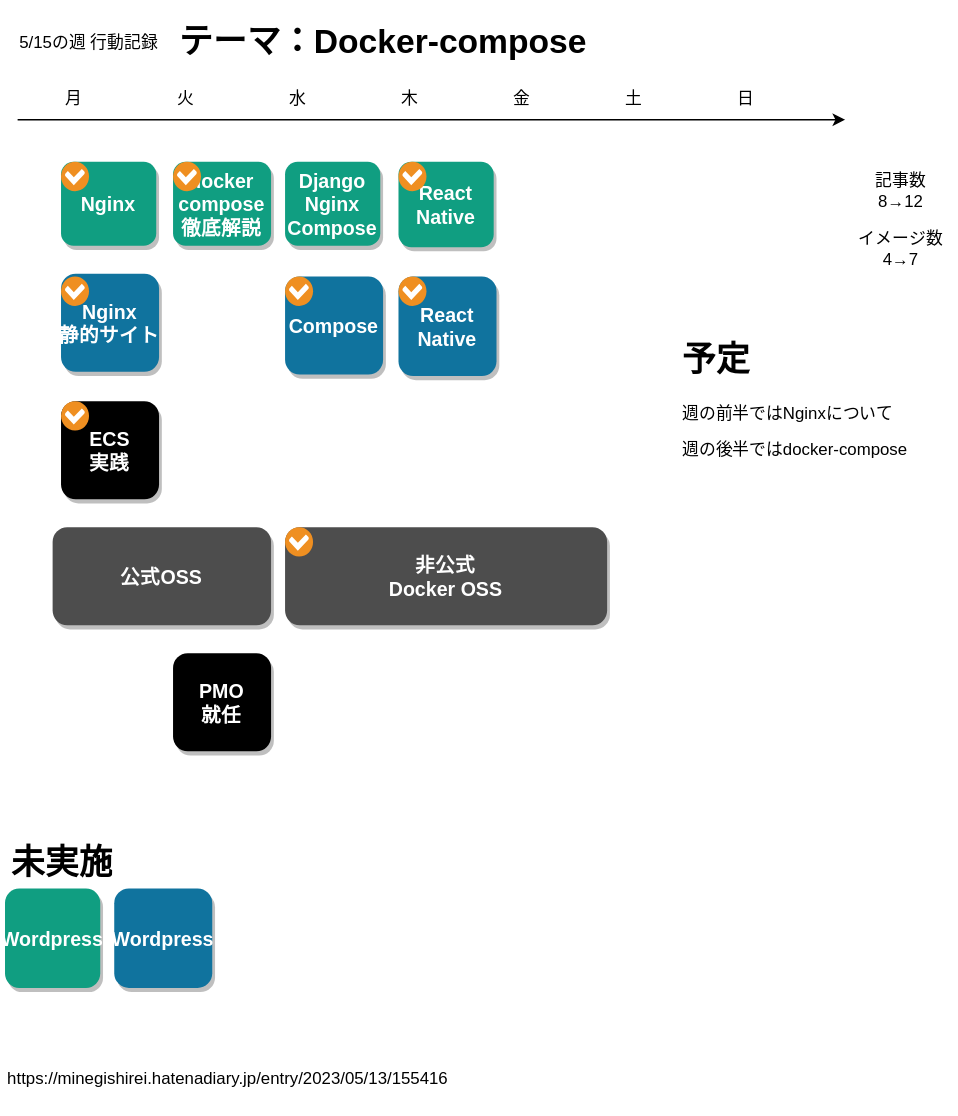
Above: 人生設計-20230515.drawio.svg in minegishirei/draw_v1 (draw.io), before the change. Source tidied: cells renumbered, new cells last; positions are measured from the earlier drawing's top-left corner, leaving out a move shared by most shapes.
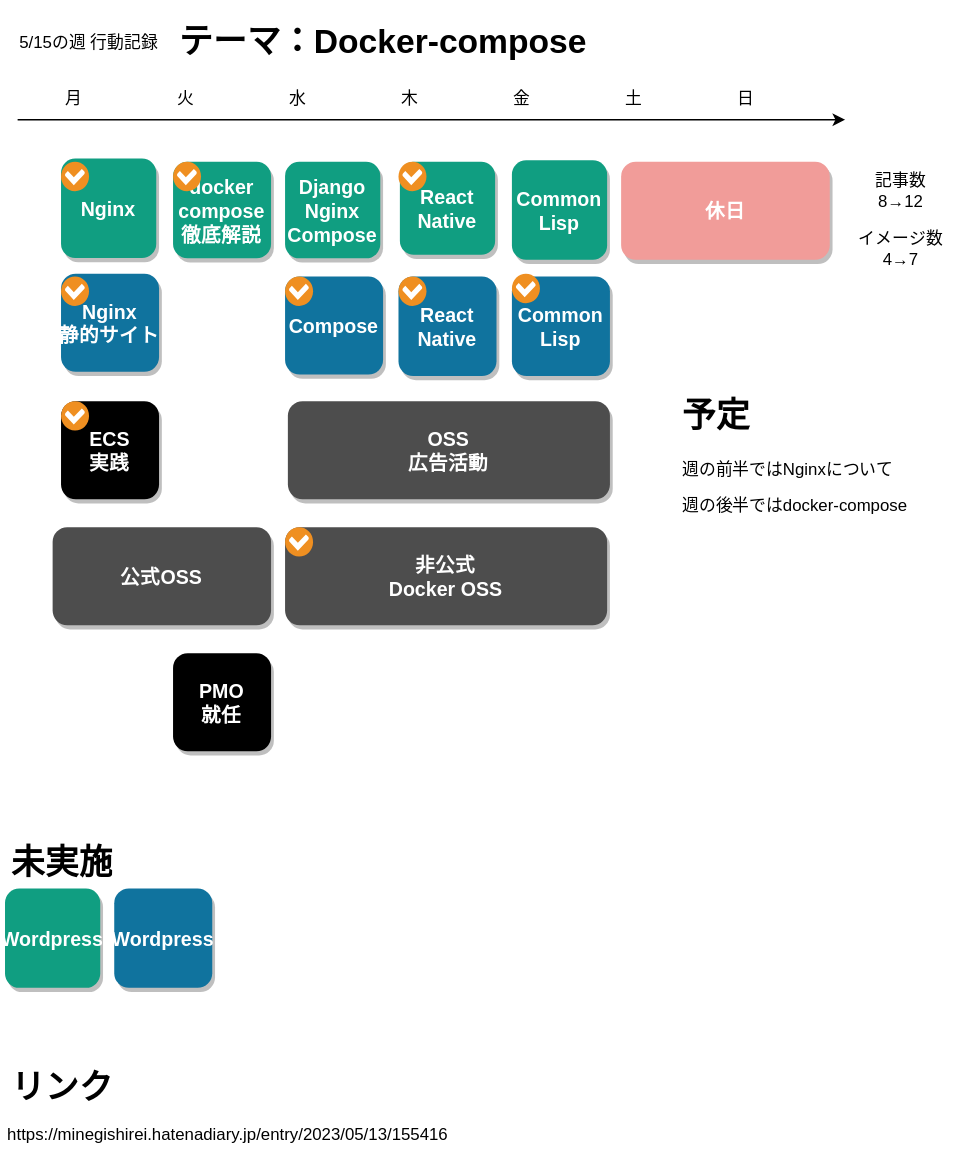
The same file after the commit.

Commit message:
人生設計-20230515.drawio.svg を追加しました。

What changed in the source:
```diff
@@ -3,7 +3,7 @@
     <mxCell id="0" />
     <mxCell id="1" parent="0" />
     <mxCell id="2" value="Nginx" style="rounded=1;fillColor=#109e81;strokeColor=none;shadow=1;gradientColor=none;fontStyle=1;fontColor=#FFFFFF;fontSize=14;" parent="1" vertex="1">
-      <mxGeometry x="40" y="105" width="68" height="60" as="geometry" />
+      <mxGeometry x="40" y="102.8" width="68" height="71" as="geometry" />
     </mxCell>
     <mxCell id="3" value="火" style="text;html=1;strokeColor=none;fillColor=none;align=center;verticalAlign=middle;whiteSpace=wrap;rounded=0;" parent="1" vertex="1">
       <mxGeometry x="99" y="45" width="60" height="30" as="geometry" />
@@ -33,13 +33,13 @@
       </mxGeometry>
     </mxCell>
     <mxCell id="11" value="docker&#10;compose&#10;徹底解説" style="rounded=1;fillColor=#109e81;strokeColor=none;shadow=1;gradientColor=none;fontStyle=1;fontColor=#FFFFFF;fontSize=14;" parent="1" vertex="1">
-      <mxGeometry x="120" y="105" width="70" height="60" as="geometry" />
+      <mxGeometry x="120" y="105" width="70" height="69" as="geometry" />
     </mxCell>
     <mxCell id="12" value="Nginx&#10;静的サイト" style="rounded=1;fillColor=#10739E;strokeColor=none;shadow=1;gradientColor=none;fontStyle=1;fontColor=#FFFFFF;fontSize=14;" parent="1" vertex="1">
       <mxGeometry x="40" y="185" width="70" height="70" as="geometry" />
     </mxCell>
     <mxCell id="13" value="Django&#10;Nginx&#10;Compose" style="rounded=1;fillColor=#109e81;strokeColor=none;shadow=1;gradientColor=none;fontStyle=1;fontColor=#FFFFFF;fontSize=14;" parent="1" vertex="1">
-      <mxGeometry x="200" y="105" width="68" height="60" as="geometry" />
+      <mxGeometry x="200" y="105" width="68" height="69" as="geometry" />
     </mxCell>
     <mxCell id="14" value="ECS&#10;実践" style="rounded=1;fillColor=#000000;strokeColor=none;shadow=1;gradientColor=none;fontStyle=1;fontColor=#FFFFFF;fontSize=14;" parent="1" vertex="1">
       <mxGeometry x="40" y="276" width="70" height="70" as="geometry" />
@@ -48,7 +48,7 @@
       <mxGeometry y="5" width="120" height="30" as="geometry" />
     </mxCell>
     <mxCell id="16" value="&lt;h1&gt;予定&lt;/h1&gt;&lt;p&gt;週の前半ではNginxについて&lt;/p&gt;&lt;p&gt;週の後半ではdocker-compose&lt;/p&gt;" style="text;html=1;strokeColor=none;fillColor=none;spacing=5;spacingTop=-20;whiteSpace=wrap;overflow=hidden;rounded=0;" parent="1" vertex="1">
-      <mxGeometry x="479" y="226.5" width="190" height="120" as="geometry" />
+      <mxGeometry x="479" y="267" width="190" height="120" as="geometry" />
     </mxCell>
     <mxCell id="17" value="&lt;h1&gt;テーマ：Docker-compose&lt;/h1&gt;" style="text;html=1;strokeColor=none;fillColor=none;spacing=5;spacingTop=-20;whiteSpace=wrap;overflow=hidden;rounded=0;" parent="1" vertex="1">
       <mxGeometry x="120" width="480" height="40" as="geometry" />
@@ -96,7 +96,7 @@
       <mxGeometry y="586" width="190" height="39" as="geometry" />
     </mxCell>
     <mxCell id="32" value="React&#10;Native" style="rounded=1;fillColor=#109e81;strokeColor=none;shadow=1;gradientColor=none;fontStyle=1;fontColor=#FFFFFF;fontSize=14;" parent="1" vertex="1">
-      <mxGeometry x="281" y="105" width="68" height="61" as="geometry" />
+      <mxGeometry x="282" y="105" width="68" height="66.5" as="geometry" />
     </mxCell>
     <mxCell id="33" value="React&#10;Native" style="rounded=1;fillColor=#10739E;strokeColor=none;shadow=1;gradientColor=none;fontStyle=1;fontColor=#FFFFFF;fontSize=14;" parent="1" vertex="1">
       <mxGeometry x="281" y="187" width="70" height="71" as="geometry" />
@@ -111,7 +111,25 @@
       <mxGeometry x="200" y="366" width="20" height="21" as="geometry" />
     </mxCell>
     <mxCell id="37" value="https://minegishirei.hatenadiary.jp/entry/2023/05/13/155416" style="text;whiteSpace=wrap;html=1;overflow:hidden;" parent="1" vertex="1">
-      <mxGeometry y="746" width="210" height="40" as="geometry" />
+      <mxGeometry y="786" width="210" height="40" as="geometry" />
     </mxCell>
+    <mxCell id="38" value="Common&#10;Lisp" style="rounded=1;fillColor=#109e81;strokeColor=none;shadow=1;gradientColor=none;fontStyle=1;fontColor=#FFFFFF;fontSize=14;" parent="1" vertex="1">
+      <mxGeometry x="362" y="104" width="68" height="71" as="geometry" />
+    </mxCell>
+    <mxCell id="39" value="Common&#10;Lisp" style="rounded=1;fillColor=#10739E;strokeColor=none;shadow=1;gradientColor=none;fontStyle=1;fontColor=#FFFFFF;fontSize=14;" parent="1" vertex="1">
+      <mxGeometry x="362" y="187" width="70" height="71" as="geometry" />
+    </mxCell>
+    <mxCell id="40" value="OSS&#10;広告活動" style="rounded=1;fillColor=#4D4D4D;strokeColor=none;shadow=1;gradientColor=none;fontStyle=1;fontColor=#FFFFFF;fontSize=14;" parent="1" vertex="1">
+      <mxGeometry x="202" y="276" width="230" height="70" as="geometry" />
+    </mxCell>
+    <mxCell id="41" value="休日" style="rounded=1;fillColor=#F19C99;strokeColor=none;shadow=1;gradientColor=none;fontStyle=1;fontColor=#FFFFFF;fontSize=14;" parent="1" vertex="1">
+      <mxGeometry x="440" y="105" width="149" height="70" as="geometry" />
+    </mxCell>
+    <mxCell id="42" style="shadow=0;dashed=0;html=1;strokeColor=none;fillColor=#EF8F21;labelPosition=center;verticalLabelPosition=bottom;verticalAlign=top;align=center;shape=mxgraph.veeam.checked;" parent="1" vertex="1">
+      <mxGeometry x="362" y="185" width="20" height="21" as="geometry" />
+    </mxCell>
+    <mxCell id="43" value="&lt;h1&gt;リンク&lt;/h1&gt;" style="text;html=1;strokeColor=none;fillColor=none;spacing=5;spacingTop=-20;whiteSpace=wrap;overflow=hidden;rounded=0;" parent="1" vertex="1">
+      <mxGeometry y="747" width="190" height="39" as="geometry" />
+    </mxCell>
   </root>
 </mxGraphModel>
```
